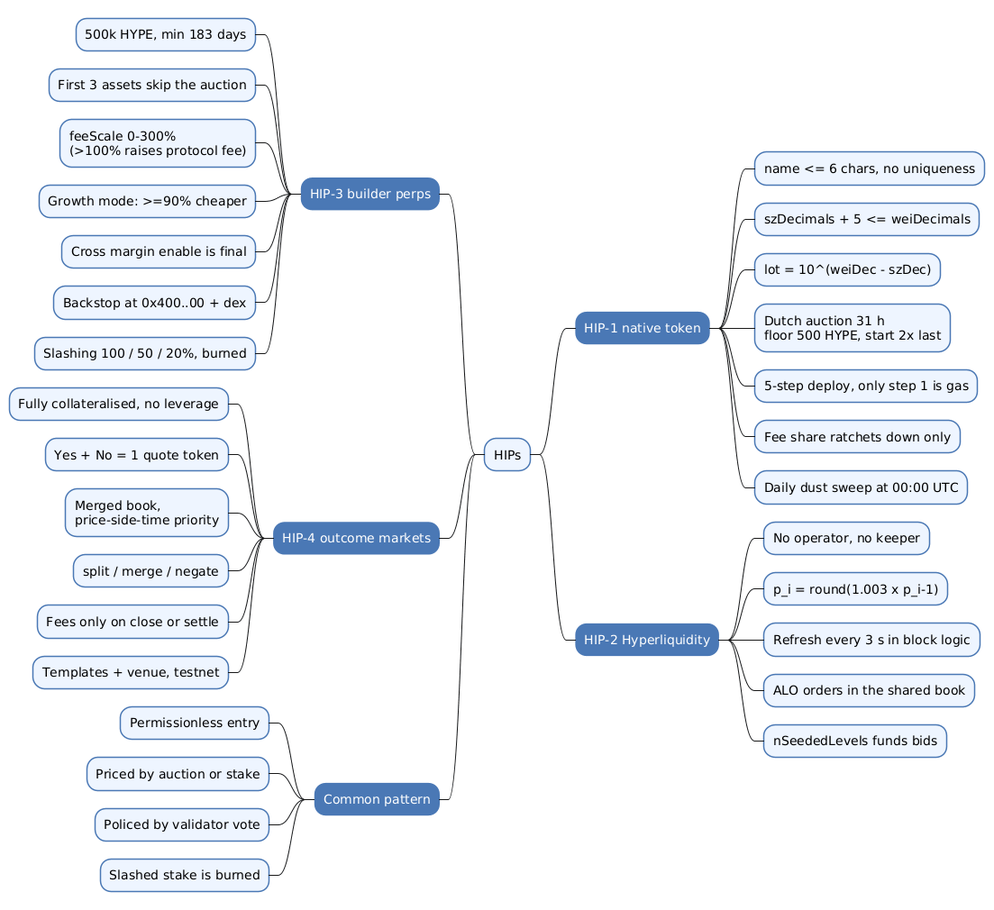
Above: assets/article/blockchain/hyperliquid/hyperliquid-hips.png in rya-sge/access-denied (PlantUML), before the change. The source it was exported from:
```plantuml
@startmindmap
<style>
mindmapDiagram {
  node {
    BackgroundColor #EEF5FF
    LineColor #4A78B5
  }
  :depth(1) {
    BackgroundColor #4A78B5
    FontColor white
  }
}
</style>
* HIPs
** HIP-1 native token
*** name <= 6 chars, no uniqueness
*** szDecimals + 5 <= weiDecimals
*** lot = 10^(weiDec - szDec)
*** Dutch auction 31 h\nfloor 500 HYPE, start 2x last
*** 5-step deploy, only step 1 is gas
*** Fee share ratchets down only
*** Daily dust sweep at 00:00 UTC
** HIP-2 Hyperliquidity
*** No operator, no keeper
*** p_i = round(1.003 x p_i-1)
*** Refresh every 3 s in block logic
*** ALO orders in the shared book
*** nSeededLevels funds bids
left side
** HIP-3 builder perps
*** 500k HYPE, min 183 days
*** First 3 assets skip the auction
*** feeScale 0-300%\n(>100% raises protocol fee)
*** Growth mode: >=90% cheaper
*** Cross margin enable is final
*** Backstop at 0x400..00 + dex
*** Slashing 100 / 50 / 20%, burned
** HIP-4 outcome markets
*** Fully collateralised, no leverage
*** Yes + No = 1 quote token
*** Merged book,\nprice-side-time priority
*** split / merge / negate
*** Fees only on close or settle
*** Templates + venue, testnet
** Common pattern
*** Permissionless entry
*** Priced by auction or stake
*** Policed by validator vote
*** Slashed stake is burned
@endmindmap
```
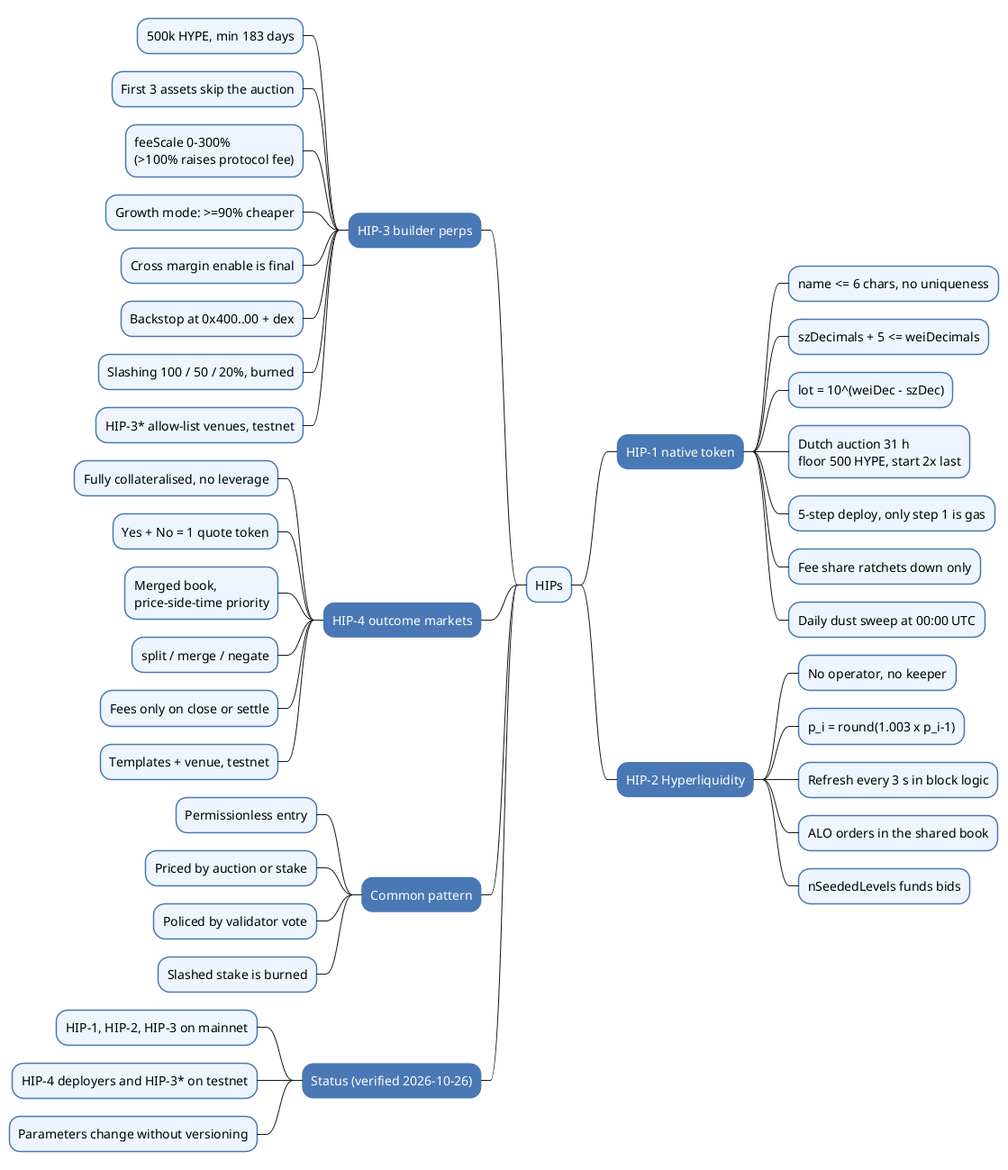
After the commit.

Diff of the diagram source:
```diff
@@ -35,6 +35,7 @@
 *** Cross margin enable is final
 *** Backstop at 0x400..00 + dex
 *** Slashing 100 / 50 / 20%, burned
+*** HIP-3* allow-list venues, testnet
 ** HIP-4 outcome markets
 *** Fully collateralised, no leverage
 *** Yes + No = 1 quote token
@@ -47,4 +48,8 @@
 *** Priced by auction or stake
 *** Policed by validator vote
 *** Slashed stake is burned
+** Status (verified 2026-10-26)
+*** HIP-1, HIP-2, HIP-3 on mainnet
+*** HIP-4 deployers and HIP-3* on testnet
+*** Parameters change without versioning
 @endmindmap
```
